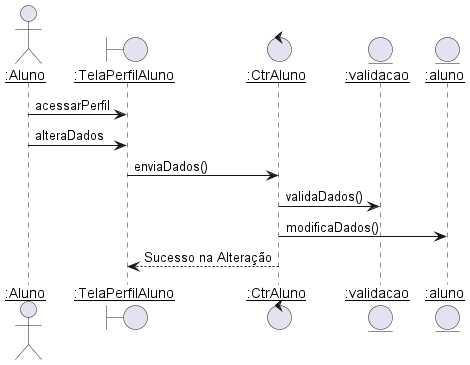
Before: diagramas/sequencia/alterar_aluno.png, a diagram exported from PlantUML (Pedro-V/projetorium).
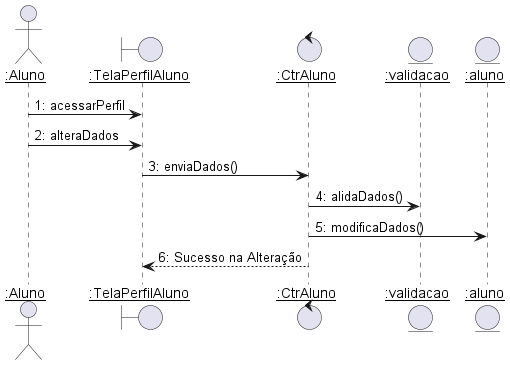
Later version of the same file.

Diff of the diagram source:
```diff
@@ -9,12 +9,12 @@
 
 
 
-Aluno -> TelaPerfilAluno : acessarPerfil
-Aluno -> TelaPerfilAluno : alteraDados
-TelaPerfilAluno -> CtrAluno : enviaDados()
-CtrAluno -> validacao: validaDados()
-CtrAluno -> aluno : modificaDados()
-CtrAluno --> TelaPerfilAluno --: Sucesso na Alteração
+Aluno -> TelaPerfilAluno : 1: acessarPerfil
+Aluno -> TelaPerfilAluno : 2: alteraDados
+TelaPerfilAluno -> CtrAluno : 3: enviaDados()
+CtrAluno -> validacao: 4: alidaDados()
+CtrAluno -> aluno : 5: modificaDados()
+CtrAluno --> TelaPerfilAluno --: 6: Sucesso na Alteração
 
 
 @enduml
```
